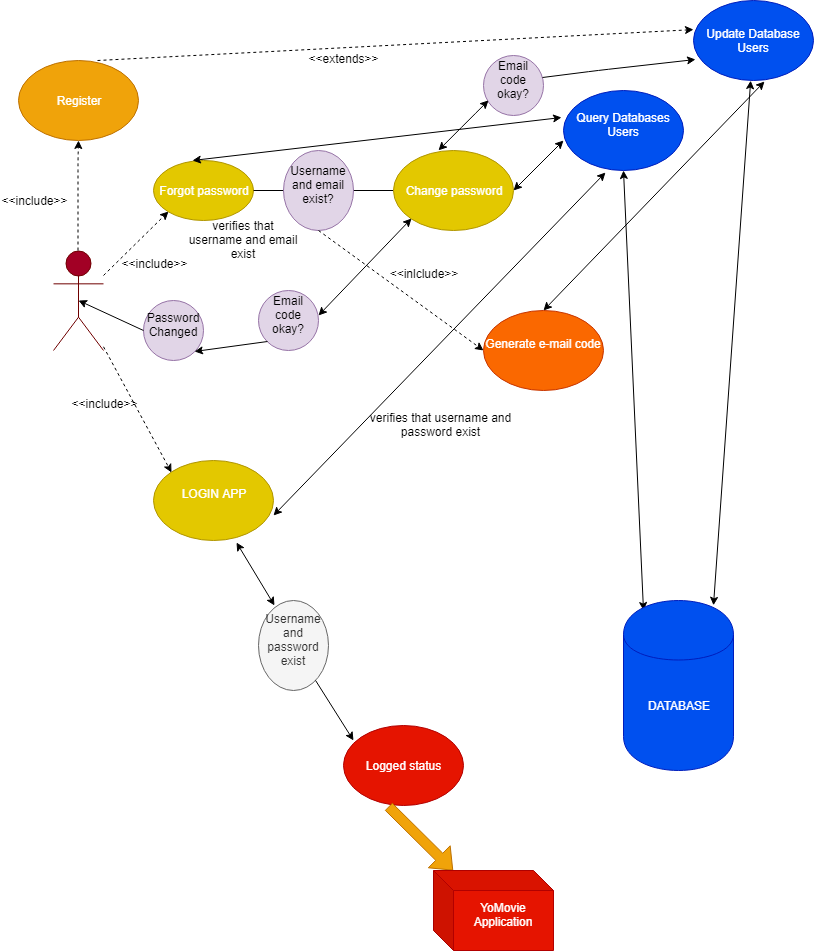
The draw.io diagram T2/UseCase/UserLoginRegister.png in MarianCodrinCretu/Tehnologii-Web, before a commit. Source tidied: cells renumbered, new cells last; positions are measured from the earlier drawing's top-left corner, leaving out a move shared by most shapes.
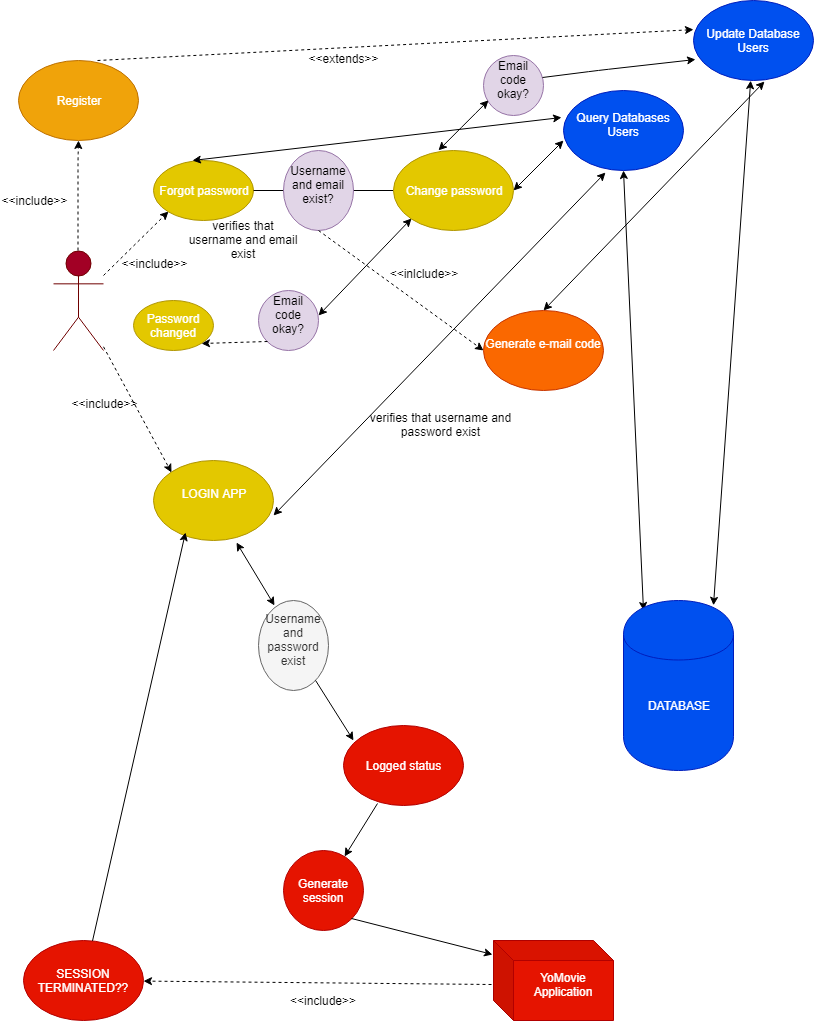
The same diagram one commit later.

Change to the diagram source:
```diff
@@ -90,11 +90,8 @@
     <mxCell id="25" value="Logged status" style="ellipse;whiteSpace=wrap;html=1;fillColor=#e51400;strokeColor=#B20000;fontColor=#ffffff;" parent="1" vertex="1">
       <mxGeometry x="340" y="725" width="120" height="80" as="geometry" />
     </mxCell>
-    <mxCell id="26" style="shape=flexArrow;endArrow=classic;html=1;fillColor=#f0a30a;exitX=0.377;exitY=1.015;exitDx=0;exitDy=0;exitPerimeter=0;strokeColor=#BD7000;" parent="1" edge="1" source="25" target="27">
-      <mxGeometry relative="1" as="geometry" />
-    </mxCell>
     <mxCell id="27" value="YoMovie Application&lt;br&gt;&lt;br&gt;" style="shape=cube;whiteSpace=wrap;html=1;boundedLbl=1;backgroundOutline=1;darkOpacity=0.05;darkOpacity2=0.1;fillColor=#e51400;strokeColor=#B20000;fontColor=#ffffff;" parent="1" vertex="1">
-      <mxGeometry x="430" y="870" width="120" height="80" as="geometry" />
+      <mxGeometry x="490" y="940" width="120" height="80" as="geometry" />
     </mxCell>
     <mxCell id="28" value="verifies that username and password exist&lt;br&gt;&lt;br&gt;" style="text;html=1;strokeColor=none;fillColor=none;align=center;verticalAlign=middle;whiteSpace=wrap;rounded=0;" parent="1" vertex="1">
       <mxGeometry x="365" y="420" width="145" height="20" as="geometry" />
@@ -114,9 +111,6 @@
     <mxCell id="33" style="endArrow=classic;html=1;entryX=0.083;entryY=0.188;entryDx=0;entryDy=0;entryPerimeter=0;" parent="1" edge="1" source="31" target="25">
       <mxGeometry relative="1" as="geometry" />
     </mxCell>
-    <mxCell id="34" value="Password Changed&lt;br&gt;&lt;br&gt;" style="ellipse;whiteSpace=wrap;html=1;fillColor=#e1d5e7;strokeColor=#9673a6;" parent="1" vertex="1">
-      <mxGeometry x="140" y="300" width="60" height="60" as="geometry" />
-    </mxCell>
     <mxCell id="35" style="endArrow=classic;startArrow=classic;html=1;entryX=0.594;entryY=1.009;entryDx=0;entryDy=0;entryPerimeter=0;" parent="1" edge="1" target="16">
       <mxGeometry relative="1" as="geometry">
         <mxPoint x="540" y="310" as="sourcePoint" />
@@ -158,11 +152,32 @@
         <mxPoint x="315" y="315" as="sourcePoint" />
       </mxGeometry>
     </mxCell>
-    <mxCell id="43" style="endArrow=classic;html=1;entryX=1;entryY=1;entryDx=0;entryDy=0;exitX=0;exitY=1;exitDx=0;exitDy=0;" parent="1" edge="1" source="41" target="34">
+    <mxCell id="43" style="endArrow=classic;html=1;entryX=1;entryY=1;entryDx=0;entryDy=0;exitX=0;exitY=1;exitDx=0;exitDy=0;dashed=1;" parent="1" edge="1" source="41" target="52">
       <mxGeometry relative="1" as="geometry" />
     </mxCell>
-    <mxCell id="44" style="endArrow=classic;html=1;exitX=0;exitY=0.5;exitDx=0;exitDy=0;entryX=0.5;entryY=0.5;entryDx=0;entryDy=0;entryPerimeter=0;" parent="1" edge="1" source="34" target="2">
-      <mxGeometry relative="1" as="geometry" />
-    </mxCell>
+    <mxCell id="45" style="endArrow=classic;html=1;exitX=0.28;exitY=0.976;exitDx=0;exitDy=0;exitPerimeter=0;" parent="1" edge="1" source="25" target="46">
+      <mxGeometry relative="1" as="geometry" />
+    </mxCell>
+    <mxCell id="46" value="Generate session" style="ellipse;whiteSpace=wrap;html=1;fillColor=#e51400;strokeColor=#B20000;fontColor=#ffffff;" parent="1" vertex="1">
+      <mxGeometry x="280" y="850" width="80" height="80" as="geometry" />
+    </mxCell>
+    <mxCell id="47" style="endArrow=classic;html=1;exitX=1;exitY=1;exitDx=0;exitDy=0;entryX=-0.012;entryY=0.18;entryDx=0;entryDy=0;entryPerimeter=0;" parent="1" edge="1" source="46" target="27">
+      <mxGeometry relative="1" as="geometry" />
+    </mxCell>
+    <mxCell id="48" style="endArrow=classic;html=1;exitX=-0.018;exitY=0.552;exitDx=0;exitDy=0;exitPerimeter=0;dashed=1;" parent="1" edge="1" source="27" target="49">
+      <mxGeometry relative="1" as="geometry" />
+    </mxCell>
+    <mxCell id="49" value="SESSION TERMINATED??" style="ellipse;whiteSpace=wrap;html=1;fillColor=#e51400;strokeColor=#B20000;fontColor=#ffffff;" parent="1" vertex="1">
+      <mxGeometry x="20" y="940" width="120" height="80" as="geometry" />
+    </mxCell>
+    <mxCell id="50" value="&amp;lt;&amp;lt;include&amp;gt;&amp;gt;" style="text;html=1;align=left;verticalAlign=top;spacingTop=-4;" parent="1" vertex="1">
+      <mxGeometry x="285" y="991" width="80" height="20" as="geometry" />
+    </mxCell>
+    <mxCell id="51" style="endArrow=classic;html=1;entryX=0.264;entryY=0.898;entryDx=0;entryDy=0;entryPerimeter=0;" parent="1" edge="1" source="49" target="9">
+      <mxGeometry relative="1" as="geometry" />
+    </mxCell>
+    <mxCell id="52" value="Password changed" style="ellipse;whiteSpace=wrap;html=1;fillColor=#e3c800;strokeColor=#B09500;fontColor=#ffffff;" parent="1" vertex="1">
+      <mxGeometry x="130" y="300" width="80" height="50" as="geometry" />
+    </mxCell>
   </root>
 </mxGraphModel>
```
